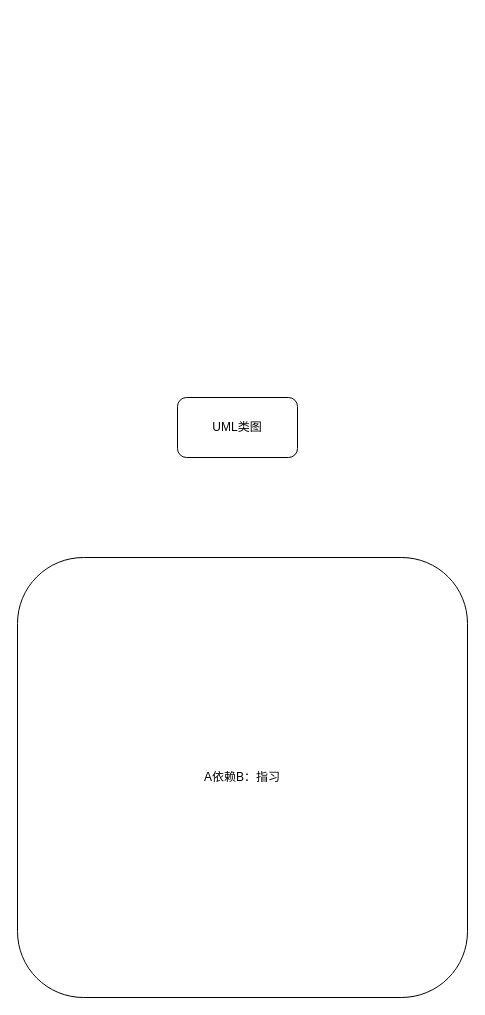
junpfeng/UE keeps this draw.io diagram as 设计模式.drawio. Above is the earlier version. Source tidied: cells renumbered, new cells numbered last; positions are measured from the earlier drawing's top-left corner, leaving out a move shared by most shapes. Both pictures are drawn from the tidied source at 100%, with x=0, y=0 at pixel (17, 397).
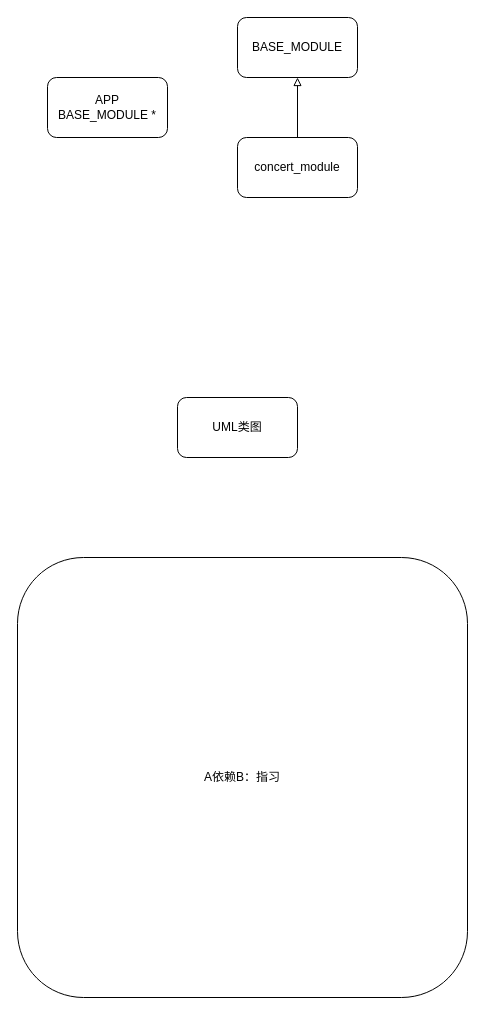
After the change.

Commit message:
更新设计模式.drawio

What changed in the source:
```diff
@@
 <mxGraphModel>
   <root>
     <mxCell id="0" />
     <mxCell id="1" parent="0" />
     <mxCell id="2" value="UML类图" style="rounded=1;whiteSpace=wrap;html=1;" parent="1" vertex="1">
       <mxGeometry x="160" width="120" height="60" as="geometry" />
     </mxCell>
     <mxCell id="3" value="A依赖B：指习" style="rounded=1;whiteSpace=wrap;html=1;" parent="1" vertex="1">
       <mxGeometry y="160" width="450" height="440" as="geometry" />
     </mxCell>
+    <mxCell id="4" value="APP&lt;div&gt;BASE_MODULE *&lt;/div&gt;" style="rounded=1;whiteSpace=wrap;html=1;" parent="1" vertex="1">
+      <mxGeometry x="30" y="-320" width="120" height="60" as="geometry" />
+    </mxCell>
+    <mxCell id="5" value="BASE_MODULE" style="rounded=1;whiteSpace=wrap;html=1;" parent="1" vertex="1">
+      <mxGeometry x="220" y="-380" width="120" height="60" as="geometry" />
+    </mxCell>
+    <mxCell id="6" value="concert_module" style="rounded=1;whiteSpace=wrap;html=1;" parent="1" vertex="1">
+      <mxGeometry x="220" y="-260" width="120" height="60" as="geometry" />
+    </mxCell>
+    <mxCell id="7" style="endArrow=block;html=1;rounded=0;entryX=0.5;entryY=1;entryDx=0;entryDy=0;exitX=0.5;exitY=0;exitDx=0;exitDy=0;endFill=0;" parent="1" edge="1" source="6" target="5">
+      <mxGeometry relative="1" as="geometry" />
+    </mxCell>
   </root>
 </mxGraphModel>
```
